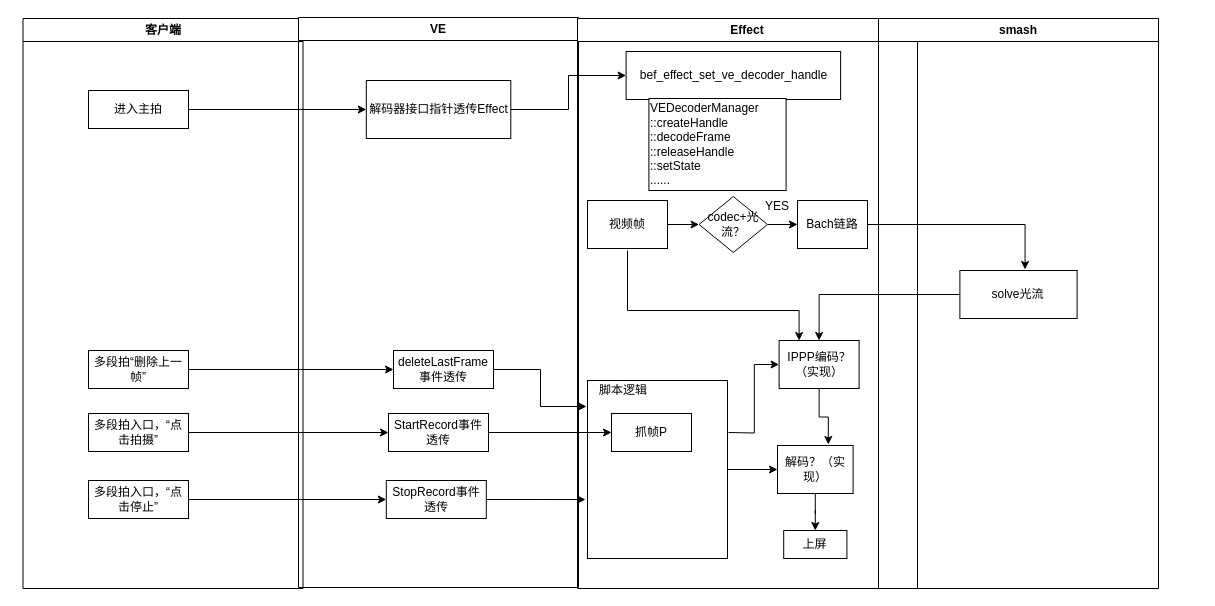
Above: codec.drawio in brucechenssfireinthehole/diagrams (draw.io), before the change. Source tidied: cells renumbered, new cells numbered last; positions are measured from the earlier drawing's top-left corner, leaving out a move shared by most shapes. Both pictures are drawn from the tidied source at 100%, with x=0, y=0 at pixel (22, 17).
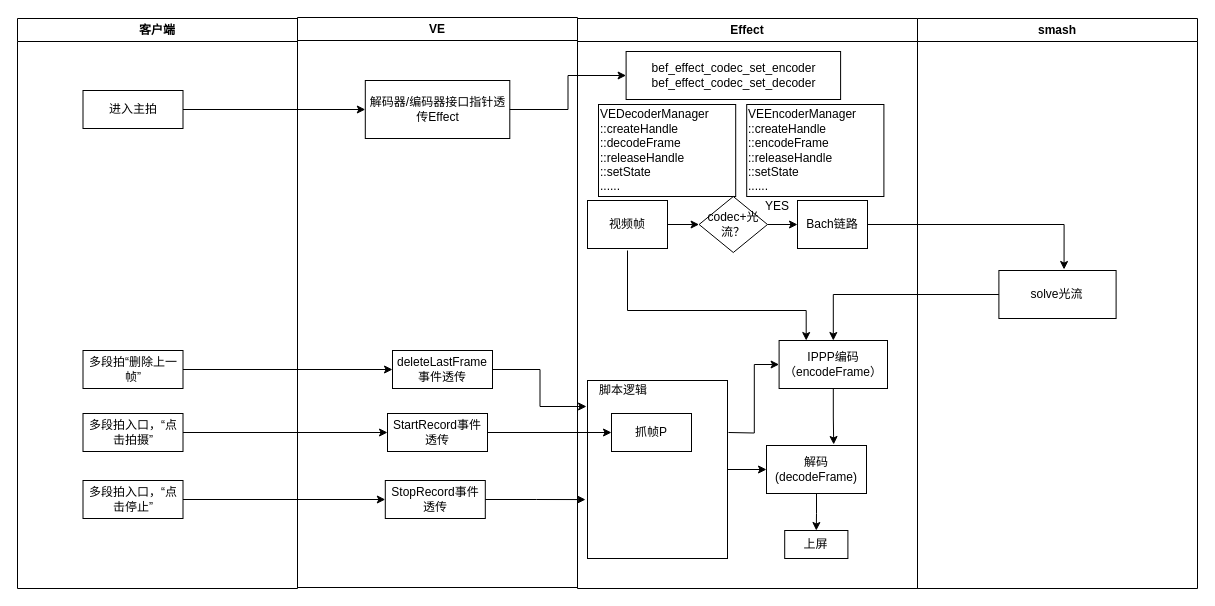
The same diagram, later.

Unchanged cells that the change refers to:
```xml
<mxCell id="12" value="Effect" style="swimlane;whiteSpace=wrap;" parent="1" vertex="1">
  <mxGeometry x="555" y="1" width="340" height="570" as="geometry" />
</mxCell>
```

What changed in the source:
```diff
@@
     <mxCell id="2" value="客户端" style="swimlane;whiteSpace=wrap;" parent="1" vertex="1">
-      <mxGeometry x="0.5" y="1" width="280" height="570" as="geometry" />
+      <mxGeometry x="-5" y="1" width="280" height="570" as="geometry" />
     </mxCell>
@@
     <mxCell id="7" value="VE" style="swimlane;whiteSpace=wrap;" parent="1" vertex="1">
-      <mxGeometry x="276" width="280" height="570" as="geometry" />
+      <mxGeometry x="275" width="280" height="570" as="geometry" />
     </mxCell>
-    <mxCell id="8" value="解码器接口指针透传Effect" style="rounded=0;whiteSpace=wrap;html=1;" parent="7" vertex="1">
+    <mxCell id="8" value="解码器/编码器接口指针透传Effect" style="rounded=0;whiteSpace=wrap;html=1;" parent="7" vertex="1">
       <mxGeometry x="67.8" y="63" width="144.5" height="58" as="geometry" />
     </mxCell>
@@
-    <mxCell id="15" value="bef_effect_set_ve_decoder_handle" style="rounded=0;whiteSpace=wrap;html=1;" parent="12" vertex="1">
+    <mxCell id="15" value="&lt;div class=&quot;okr-block-clipboard&quot;&gt;&lt;/div&gt;&lt;div&gt;bef_effect_codec_set_encoder&lt;/div&gt;&lt;div&gt;bef_effect_codec_set_decoder&lt;/div&gt;" style="rounded=0;whiteSpace=wrap;html=1;" parent="12" vertex="1">
       <mxGeometry x="48.6" y="33" width="214.5" height="48" as="geometry" />
     </mxCell>
     <mxCell id="16" style="edgeStyle=orthogonalEdgeStyle;rounded=0;jettySize=auto;html=1;entryX=0.25;entryY=0;entryDx=0;entryDy=0;" parent="12" edge="1" target="18">
       <mxGeometry relative="1" as="geometry">
         <mxPoint x="50" y="232" as="sourcePoint" />
         <Array as="points">
           <mxPoint x="50" y="292" />
-          <mxPoint x="222" y="292" />
+          <mxPoint x="229" y="292" />
         </Array>
       </mxGeometry>
     </mxCell>
@@
-    <mxCell id="18" value="IPPP编码？（实现）" style="rounded=0;whiteSpace=wrap;html=1;" parent="12" vertex="1">
-      <mxGeometry x="201.6" y="322" width="80" height="48" as="geometry" />
+    <mxCell id="18" value="IPPP编码（encodeFrame）" style="rounded=0;whiteSpace=wrap;html=1;" parent="12" vertex="1">
+      <mxGeometry x="201.6" y="322" width="108.4" height="48" as="geometry" />
     </mxCell>
@@
-    <mxCell id="20" value="解码？（实现）" style="rounded=0;whiteSpace=wrap;html=1;" parent="12" vertex="1">
-      <mxGeometry x="200" y="427" width="75.6" height="48" as="geometry" />
+    <mxCell id="20" value="解码(decodeFrame)" style="rounded=0;whiteSpace=wrap;html=1;" parent="12" vertex="1">
+      <mxGeometry x="189" y="427" width="100" height="48" as="geometry" />
     </mxCell>
@@
     <mxCell id="24" value="VEDecoderManager&lt;br&gt;&lt;div&gt;&lt;span&gt;::createHandle&lt;/span&gt;&lt;/div&gt;&lt;div&gt;&lt;span&gt;::decodeFrame&lt;/span&gt;&lt;/div&gt;&lt;div&gt;&lt;span&gt;::releaseHandle&lt;/span&gt;&lt;/div&gt;&lt;div&gt;&lt;span&gt;::setState&lt;/span&gt;&lt;/div&gt;......" style="rounded=0;whiteSpace=wrap;html=1;align=left;" parent="12" vertex="1">
-      <mxGeometry x="71.4" y="80" width="137.2" height="92" as="geometry" />
+      <mxGeometry x="21" y="86" width="137.2" height="92" as="geometry" />
     </mxCell>
     <mxCell id="25" value="上屏" style="rounded=0;whiteSpace=wrap;html=1;" parent="12" vertex="1">
-      <mxGeometry x="206.2" y="512" width="63.2" height="28" as="geometry" />
+      <mxGeometry x="207.2" y="512" width="63.2" height="28" as="geometry" />
     </mxCell>
@@
+    <mxCell id="44" value="VEEncoderManager&lt;br&gt;&lt;div&gt;&lt;span&gt;::createHandle&lt;/span&gt;&lt;/div&gt;&lt;div&gt;&lt;span&gt;::encodeFrame&lt;/span&gt;&lt;/div&gt;&lt;div&gt;&lt;span&gt;::releaseHandle&lt;/span&gt;&lt;/div&gt;&lt;div&gt;&lt;span&gt;::setState&lt;/span&gt;&lt;/div&gt;......" style="rounded=0;whiteSpace=wrap;html=1;align=left;" parent="12" vertex="1">
+      <mxGeometry x="169.2" y="86" width="137.2" height="92" as="geometry" />
+    </mxCell>
     <mxCell id="31" value="smash" style="swimlane;whiteSpace=wrap;" parent="1" vertex="1">
-      <mxGeometry x="856" y="1" width="280" height="570" as="geometry" />
+      <mxGeometry x="895" y="1" width="280" height="570" as="geometry" />
     </mxCell>
```
